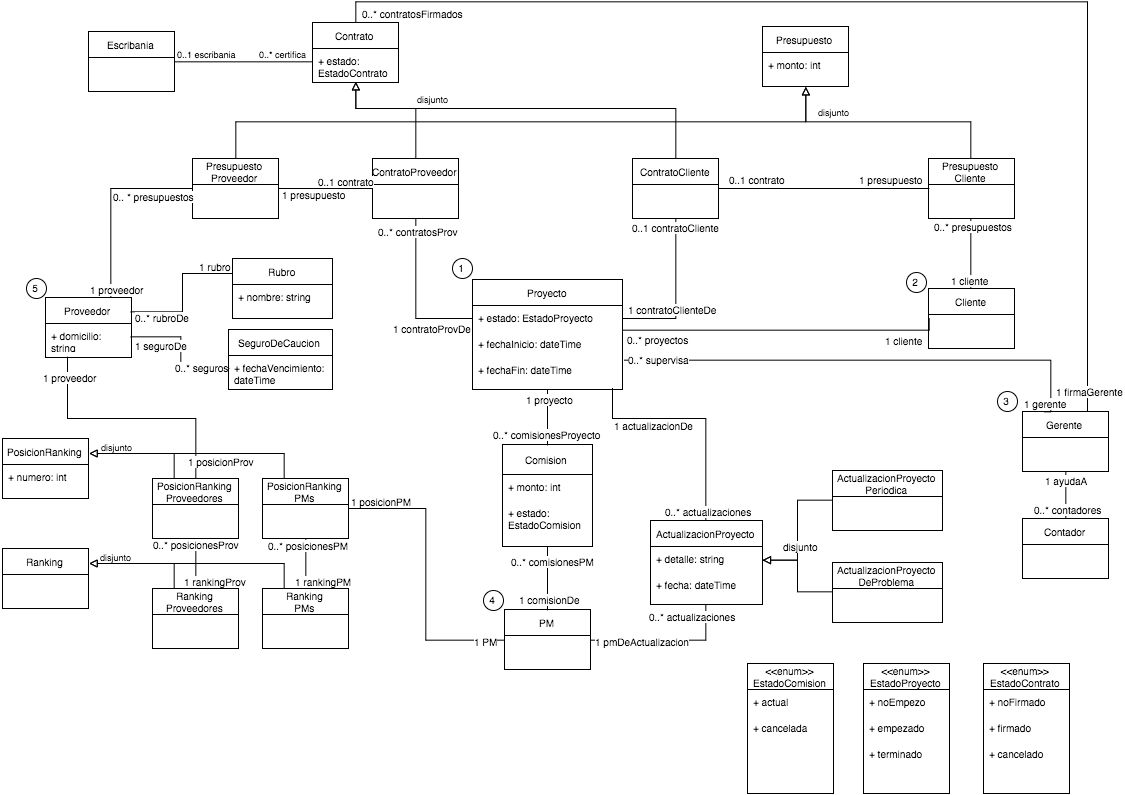
Earlier version of the draw.io export latex/imagenes/ModeloConceptual1.png (FlyingPumba/tp2-inge1). Source tidied: cells renumbered, new cells last; positions are measured from the earlier drawing's top-left corner, leaving out a move shared by most shapes.
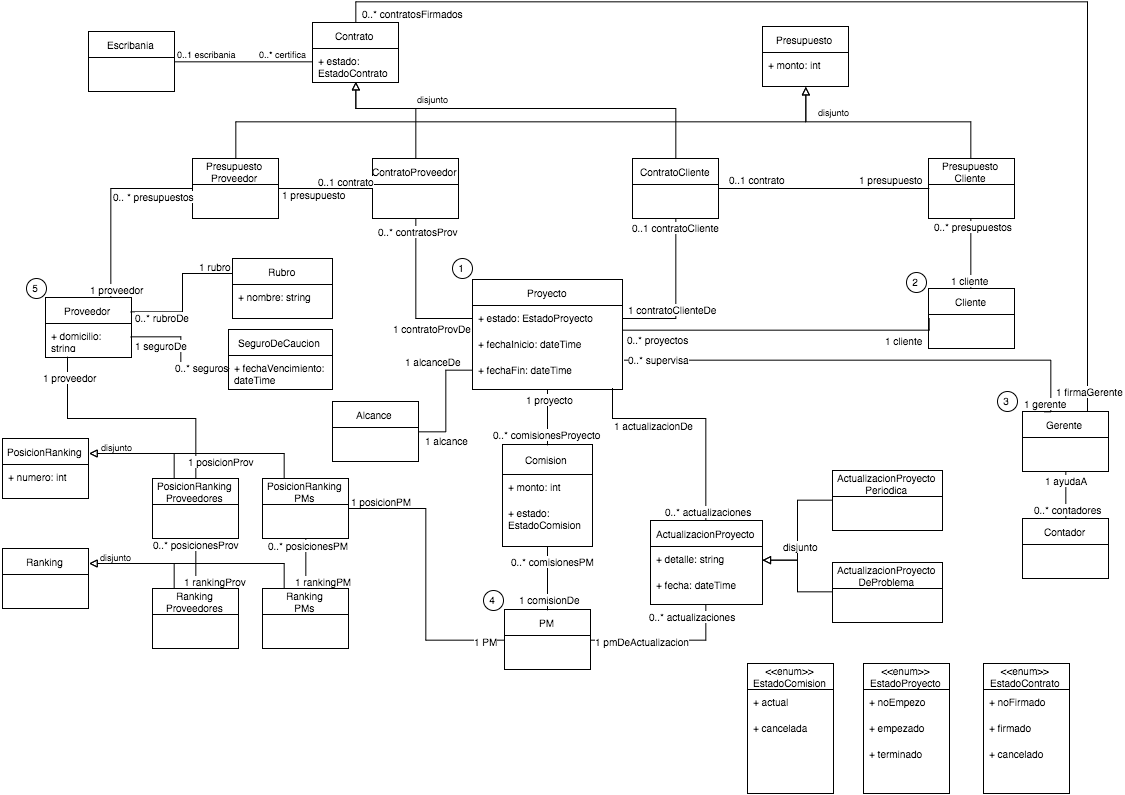
After the commit.

Commit message:
Conceptual - Alcance

Change to the diagram source:
```diff
@@ -786,5 +786,31 @@
     <mxCell id="202" value="5" style="ellipse;whiteSpace=wrap;html=1;fontSize=10;" parent="1" vertex="1">
       <mxGeometry x="24" y="266" width="20" height="20" as="geometry" />
     </mxCell>
+    <mxCell id="203" style="edgeStyle=orthogonalEdgeStyle;rounded=0;html=1;exitX=1;exitY=0.5;entryX=0;entryY=0.5;startArrow=none;startFill=0;endArrow=none;endFill=0;jettySize=auto;strokeWidth=1;fontSize=10;" parent="1" edge="1" source="208" target="8">
+      <mxGeometry x="456.7" y="371.7" as="geometry" />
+    </mxCell>
+    <mxCell id="204" value="1 alcanceDe" style="text;html=1;align=center;verticalAlign=middle;labelBackgroundColor=#ffffff;fontSize=10;" parent="203" vertex="1">
+      <mxGeometry x="0.69" y="-4" relative="1" as="geometry">
+        <mxPoint x="-22" y="-14" as="offset" />
+      </mxGeometry>
+    </mxCell>
+    <mxCell id="205" value="1 alcance" style="text;html=1;align=center;verticalAlign=middle;labelBackgroundColor=#ffffff;fontSize=10;" parent="203" vertex="1">
+      <mxGeometry x="-0.66" relative="1" as="geometry">
+        <mxPoint x="7" y="8" as="offset" />
+      </mxGeometry>
+    </mxCell>
+    <mxCell id="206" value="1 alcanceDe" style="text;html=1;align=center;verticalAlign=middle;labelBackgroundColor=#ffffff;fontSize=10;" parent="1" vertex="1">
+      <mxGeometry x="429.7" y="347.7" as="geometry">
+        <mxPoint x="-22" y="-14" as="offset" />
+      </mxGeometry>
+    </mxCell>
+    <mxCell id="207" value="1 alcance" style="text;html=1;align=center;verticalAlign=middle;labelBackgroundColor=#ffffff;fontSize=10;" parent="1" vertex="1">
+      <mxGeometry x="443.7" y="427.3" as="geometry">
+        <mxPoint x="7" y="8" as="offset" />
+      </mxGeometry>
+    </mxCell>
+    <mxCell id="208" value="Alcance" style="swimlane;html=1;fontStyle=0;horizontal=1;startSize=26;fillColor=none;swimlaneFillColor=#ffffff;fontSize=10;" parent="1" vertex="1">
+      <mxGeometry x="330" y="389" width="86" height="60" as="geometry" />
+    </mxCell>
   </root>
 </mxGraphModel>
```
